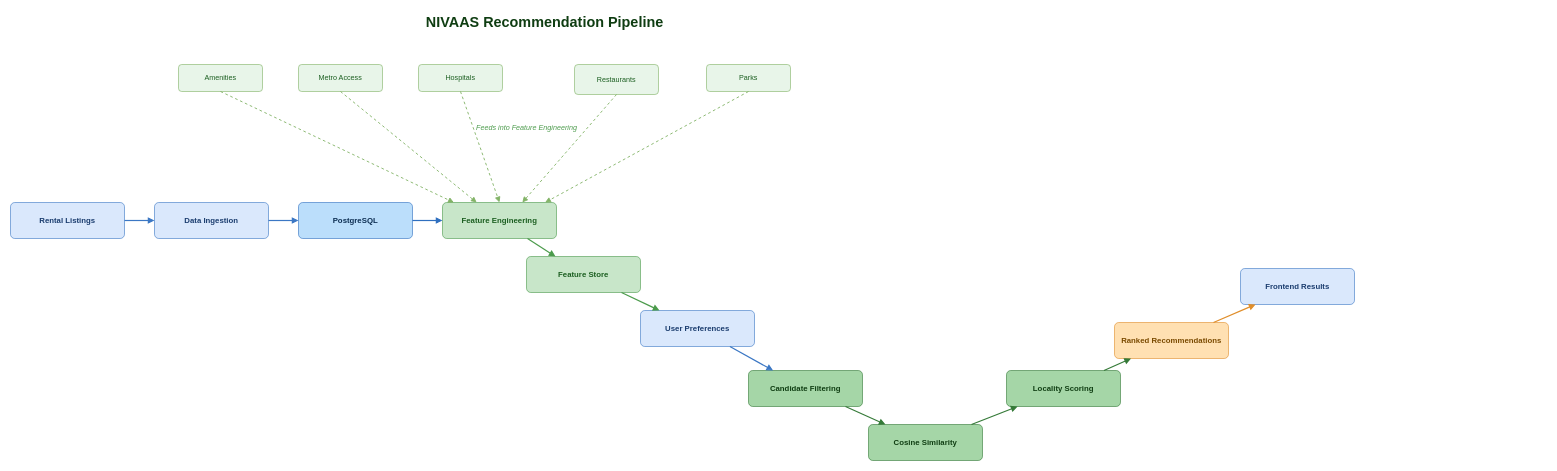
Earlier version of the draw.io diagram docs/diagrams/RECOMMENDATION_PIPELINE.drawio (zmuskan/NIVAAS-V1). Source tidied: cells renumbered, new cells numbered last; positions are measured from the earlier drawing's top-left corner, leaving out a move shared by most shapes. Both pictures are drawn from the tidied source at 60%, with x=0, y=0 at pixel (10, 10).
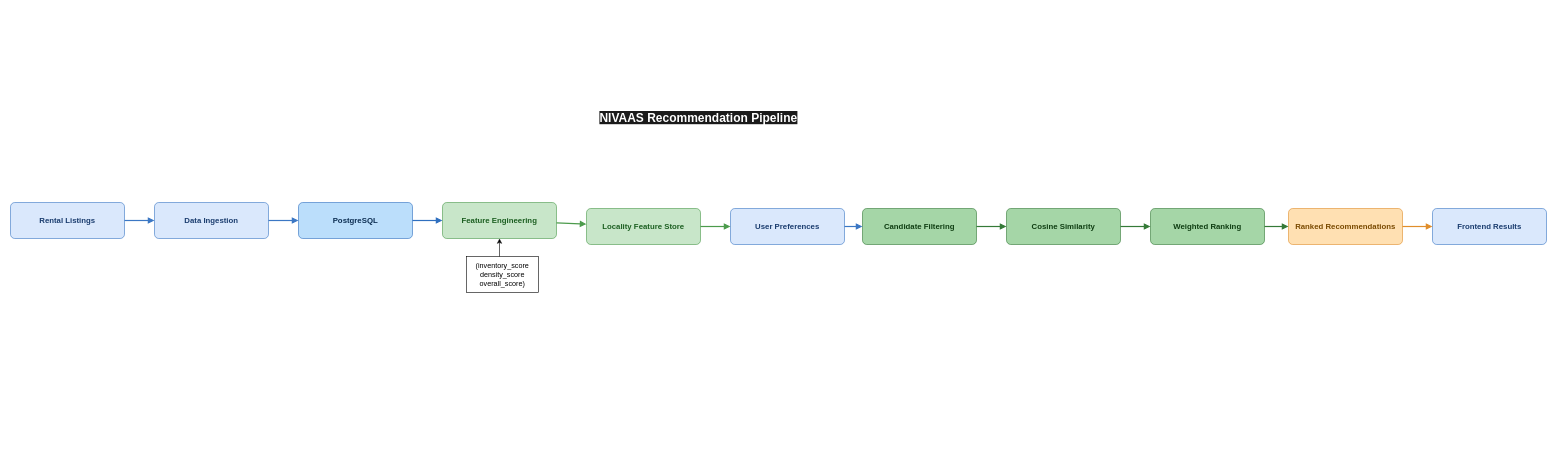
Above is the later version.

Commit message (it also covers changes not shown here):
refactor(diagrams): align architecture, ERD and recommendation pipeline

Unchanged cells that the change refers to:
```xml
<mxCell id="6" value="Feature Engineering" style="rounded=1;arcSize=12;whiteSpace=wrap;html=1;fillColor=#C8E6C9;strokeColor=#4C9B4C;fontColor=#1B5E20;fontStyle=1;fontSize=13;" parent="1" vertex="1">
  <mxGeometry x="720" y="320" width="190" height="60" as="geometry" />
</mxCell>
```

The edit, as a diff of the source:
```diff
@@
-    <mxCell id="2" value="NIVAAS Recommendation Pipeline" style="text;html=1;fontSize=24;fontStyle=1;fontColor=#0F3D12;align=center;verticalAlign=middle;" parent="1" vertex="1">
-      <mxGeometry x="540" width="700" height="40" as="geometry" />
-    </mxCell>
@@
-    <mxCell id="7" value="Feature Store" style="rounded=1;arcSize=12;whiteSpace=wrap;html=1;fillColor=#C8E6C9;strokeColor=#4C9B4C;fontColor=#1B5E20;fontStyle=1;fontSize=13;" parent="1" vertex="1">
-      <mxGeometry x="860" y="410" width="190" height="60" as="geometry" />
+    <mxCell id="7" value="Locality Feature Store" style="rounded=1;arcSize=12;whiteSpace=wrap;html=1;fillColor=#C8E6C9;strokeColor=#4C9B4C;fontColor=#1B5E20;fontStyle=1;fontSize=13;" parent="1" vertex="1">
+      <mxGeometry x="960" y="330" width="190" height="60" as="geometry" />
     </mxCell>
     <mxCell id="8" value="User Preferences" style="rounded=1;arcSize=12;whiteSpace=wrap;html=1;fillColor=#DAE8FC;strokeColor=#3B77C4;fontColor=#1A3C6E;fontStyle=1;fontSize=13;" parent="1" vertex="1">
-      <mxGeometry x="1050" y="500" width="190" height="60" as="geometry" />
+      <mxGeometry x="1200" y="330" width="190" height="60" as="geometry" />
     </mxCell>
     <mxCell id="9" value="Candidate Filtering" style="rounded=1;arcSize=12;whiteSpace=wrap;html=1;fillColor=#A5D6A7;strokeColor=#357A38;fontColor=#0F3D12;fontStyle=1;fontSize=13;" parent="1" vertex="1">
-      <mxGeometry x="1230" y="600" width="190" height="60" as="geometry" />
+      <mxGeometry x="1420" y="330" width="190" height="60" as="geometry" />
     </mxCell>
     <mxCell id="10" value="Cosine Similarity" style="rounded=1;arcSize=12;whiteSpace=wrap;html=1;fillColor=#A5D6A7;strokeColor=#357A38;fontColor=#0F3D12;fontStyle=1;fontSize=13;" parent="1" vertex="1">
-      <mxGeometry x="1430" y="690" width="190" height="60" as="geometry" />
+      <mxGeometry x="1660" y="330" width="190" height="60" as="geometry" />
     </mxCell>
-    <mxCell id="11" value="Locality Scoring" style="rounded=1;arcSize=12;whiteSpace=wrap;html=1;fillColor=#A5D6A7;strokeColor=#357A38;fontColor=#0F3D12;fontStyle=1;fontSize=13;" parent="1" vertex="1">
-      <mxGeometry x="1660" y="600" width="190" height="60" as="geometry" />
+    <mxCell id="11" value="Weighted Ranking" style="rounded=1;arcSize=12;whiteSpace=wrap;html=1;fillColor=#A5D6A7;strokeColor=#357A38;fontColor=#0F3D12;fontStyle=1;fontSize=13;" parent="1" vertex="1">
+      <mxGeometry x="1900" y="330" width="190" height="60" as="geometry" />
     </mxCell>
     <mxCell id="12" value="Ranked Recommendations" style="rounded=1;arcSize=12;whiteSpace=wrap;html=1;fillColor=#FFE0B2;strokeColor=#E08E2B;fontColor=#7A4A00;fontStyle=1;fontSize=13;" parent="1" vertex="1">
-      <mxGeometry x="1840" y="520" width="190" height="60" as="geometry" />
+      <mxGeometry x="2130" y="330" width="190" height="60" as="geometry" />
     </mxCell>
     <mxCell id="13" value="Frontend Results" style="rounded=1;arcSize=12;whiteSpace=wrap;html=1;fillColor=#DAE8FC;strokeColor=#3B77C4;fontColor=#1A3C6E;fontStyle=1;fontSize=13;" parent="1" vertex="1">
-      <mxGeometry x="2050" y="430" width="190" height="60" as="geometry" />
+      <mxGeometry x="2370" y="330" width="190" height="60" as="geometry" />
     </mxCell>
@@
-    <mxCell id="24" value="Amenities" style="rounded=1;arcSize=12;whiteSpace=wrap;html=1;fillColor=#E8F5E9;strokeColor=#82B366;fontColor=#1B5E20;fontSize=12;" parent="1" vertex="1">
-      <mxGeometry x="280" y="90" width="140" height="45" as="geometry" />
-    </mxCell>
-    <mxCell id="25" value="Metro Access" style="rounded=1;arcSize=12;whiteSpace=wrap;html=1;fillColor=#E8F5E9;strokeColor=#82B366;fontColor=#1B5E20;fontSize=12;" parent="1" vertex="1">
-      <mxGeometry x="480" y="90" width="140" height="45" as="geometry" />
-    </mxCell>
-    <mxCell id="26" value="Hospitals" style="rounded=1;arcSize=12;whiteSpace=wrap;html=1;fillColor=#E8F5E9;strokeColor=#82B366;fontColor=#1B5E20;fontSize=12;" parent="1" vertex="1">
-      <mxGeometry x="680" y="90" width="140" height="45" as="geometry" />
-    </mxCell>
-    <mxCell id="27" value="Restaurants" style="rounded=1;arcSize=12;whiteSpace=wrap;html=1;fillColor=#E8F5E9;strokeColor=#82B366;fontColor=#1B5E20;fontSize=12;" parent="1" vertex="1">
-      <mxGeometry x="940" y="90" width="140" height="50" as="geometry" />
-    </mxCell>
-    <mxCell id="28" value="Parks" style="rounded=1;arcSize=12;whiteSpace=wrap;html=1;fillColor=#E8F5E9;strokeColor=#82B366;fontColor=#1B5E20;fontSize=12;" parent="1" vertex="1">
-      <mxGeometry x="1160" y="90" width="140" height="45" as="geometry" />
-    </mxCell>
-    <mxCell id="29" style="html=1;rounded=0;endArrow=block;strokeColor=#82B366;strokeWidth=1.5;dashed=1;exitX=0.5;exitY=1;exitDx=0;exitDy=0;entryX=0.1;entryY=0;entryDx=0;entryDy=0;" parent="1" edge="1" source="24" target="6">
-      <mxGeometry relative="1" as="geometry" />
-    </mxCell>
-    <mxCell id="30" style="html=1;rounded=0;endArrow=block;strokeColor=#82B366;strokeWidth=1.5;dashed=1;exitX=0.5;exitY=1;exitDx=0;exitDy=0;entryX=0.3;entryY=0;entryDx=0;entryDy=0;" parent="1" edge="1" source="25" target="6">
-      <mxGeometry relative="1" as="geometry" />
-    </mxCell>
-    <mxCell id="31" style="html=1;rounded=0;endArrow=block;strokeColor=#82B366;strokeWidth=1.5;dashed=1;exitX=0.5;exitY=1;exitDx=0;exitDy=0;entryX=0.5;entryY=0;entryDx=0;entryDy=0;" parent="1" edge="1" source="26" target="6">
-      <mxGeometry relative="1" as="geometry" />
-    </mxCell>
-    <mxCell id="32" style="html=1;rounded=0;endArrow=block;strokeColor=#82B366;strokeWidth=1.5;dashed=1;exitX=0.5;exitY=1;exitDx=0;exitDy=0;entryX=0.7;entryY=0;entryDx=0;entryDy=0;" parent="1" edge="1" source="27" target="6">
-      <mxGeometry relative="1" as="geometry" />
-    </mxCell>
-    <mxCell id="33" style="html=1;rounded=0;endArrow=block;strokeColor=#82B366;strokeWidth=1.5;dashed=1;exitX=0.5;exitY=1;exitDx=0;exitDy=0;entryX=0.9;entryY=0;entryDx=0;entryDy=0;" parent="1" edge="1" source="28" target="6">
-      <mxGeometry relative="1" as="geometry" />
-    </mxCell>
-    <mxCell id="34" value="Feeds into Feature Engineering" style="text;html=1;fontSize=12;fontStyle=2;fontColor=#4C9B4C;align=center;verticalAlign=middle;" parent="1" vertex="1">
-      <mxGeometry x="680" y="180" width="360" height="30" as="geometry" />
-    </mxCell>
+    <mxCell id="35" style="edgeStyle=none;html=1;exitX=0.5;exitY=0;exitDx=0;exitDy=0;entryX=0.5;entryY=1;entryDx=0;entryDy=0;" parent="1" edge="1" target="6">
+      <mxGeometry relative="1" as="geometry">
+        <mxPoint x="815" y="460" as="sourcePoint" />
+      </mxGeometry>
+    </mxCell>
+    <mxCell id="36" value="(inventory_score&lt;br/&gt;  density_score&lt;br/&gt;  overall_score)" style="whiteSpace=wrap;html=1;" parent="1" vertex="1">
+      <mxGeometry x="760" y="410" width="120" height="60" as="geometry" />
+    </mxCell>
+    <mxCell id="2" value="&lt;span style=&quot;color: rgb(255, 255, 255); font-family: Helvetica; font-size: 20px; font-style: normal; font-variant-ligatures: normal; font-variant-caps: normal; font-weight: 700; letter-spacing: normal; orphans: 2; text-align: center; text-indent: 0px; text-transform: none; widows: 2; word-spacing: 0px; -webkit-text-stroke-width: 0px; white-space: nowrap; background-color: rgb(26, 26, 26); text-decoration-thickness: initial; text-decoration-style: initial; text-decoration-color: initial; float: none; display: inline !important;&quot;&gt;NIVAAS Recommendation Pipeline&lt;/span&gt;&lt;div&gt;&lt;br&gt;&lt;/div&gt;" style="text;whiteSpace=wrap;html=1;" parent="1" vertex="1">
+      <mxGeometry x="980" y="160" width="640" height="29" as="geometry" />
+    </mxCell>
```
